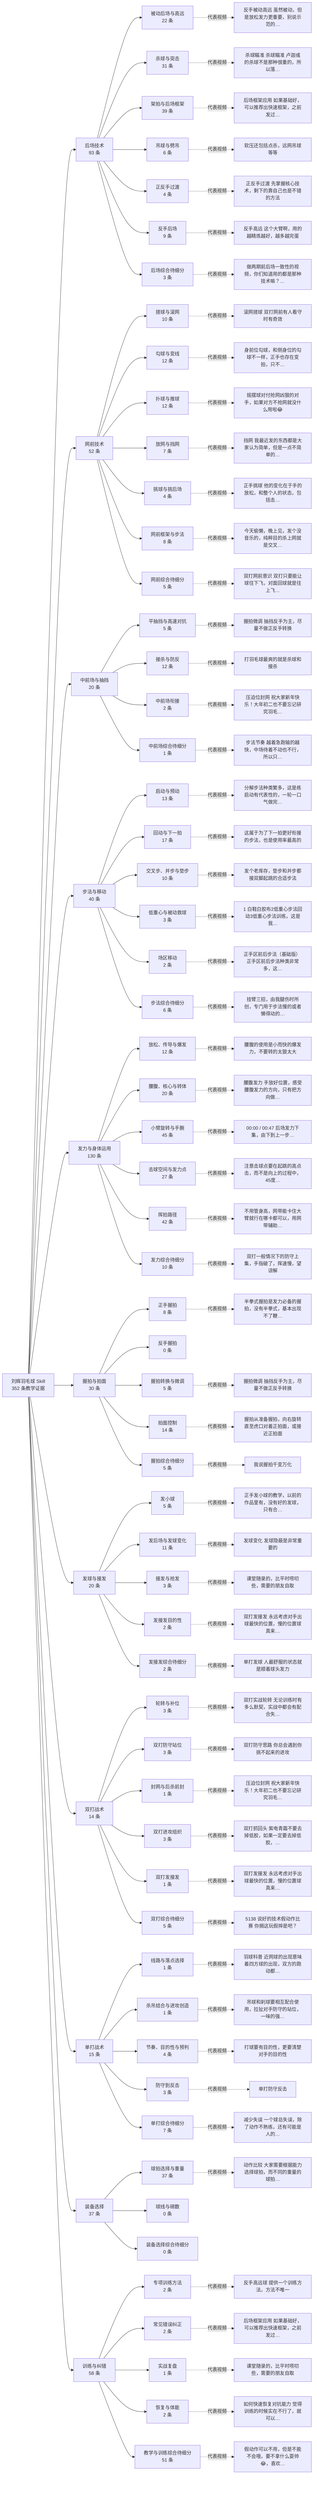
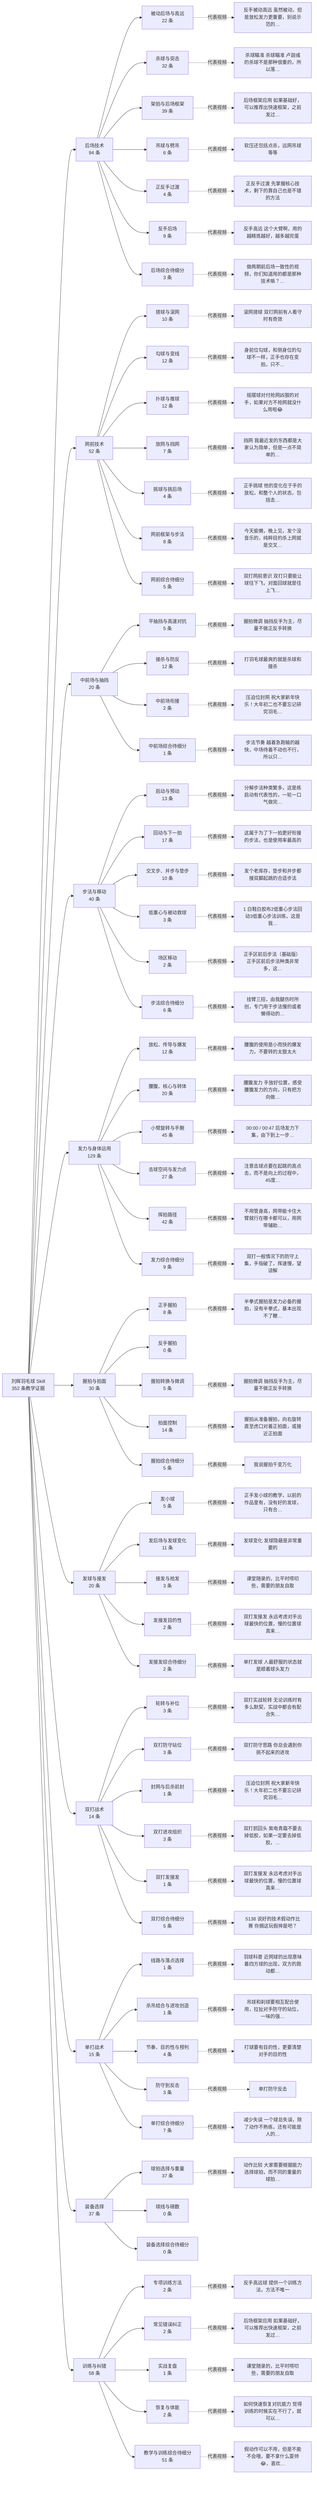
flowchart LR
  root["刘辉羽毛球 Skill<br/>352 条教学证据"]
-   c0["后场技术<br/>93 条"]
+   c0["后场技术<br/>94 条"]
  root --> c0
  s0_0["被动后场与高远<br/>22 条"]
  c0 --> s0_0
  v0_0["反手被动高远 虽然被动，但是放松发力更重要，别说示范的…"]
  s0_0 -.代表视频.-> v0_0
-   s0_1["杀球与突击<br/>31 条"]
+   s0_1["杀球与突击<br/>32 条"]
  c0 --> s0_1
  v0_1["杀球瞄准 杀球瞄准 卢迦彧的杀球不是那种很重的，所以落…"]
  s0_1 -.代表视频.-> v0_1
  s0_2["架拍与后场框架<br/>39 条"]
  c0 --> s0_2
  v0_2["后场框架应用 如果基础好，可以推荐出快速框架，之前发过…"]
  s0_2 -.代表视频.-> v0_2
  s0_3["吊球与劈吊<br/>6 条"]
  c0 --> s0_3
  v0_3["软压还包括点杀，远网吊球等等"]
  s0_3 -.代表视频.-> v0_3
  s0_4["正反手过渡<br/>4 条"]
  c0 --> s0_4
  v0_4["正反手过渡 先掌握核心技术，剩下的靠自己也是不错的方法"]
  s0_4 -.代表视频.-> v0_4
  s0_5["反手后场<br/>9 条"]
  c0 --> s0_5
  v0_5["反手高远 这个大臂啊，用的越精炼越好，越多越完蛋"]
  s0_5 -.代表视频.-> v0_5
  s0_6["后场综合待细分<br/>3 条"]
  c0 --> s0_6
  v0_6["做两期前后场一致性的视频，你们知道用的都是那种技术嘛？…"]
  s0_6 -.代表视频.-> v0_6
  c1["网前技术<br/>52 条"]
  root --> c1
  s1_0["搓球与滚网<br/>10 条"]
  c1 --> s1_0
  v1_0["滚网搓球 双打网前有人看守时有奇效"]
  s1_0 -.代表视频.-> v1_0
  s1_1["勾球与变线<br/>12 条"]
  c1 --> s1_1
  v1_1["身前位勾球，和侧身位的勾球不一样，正手也存在变拍，只不…"]
  s1_1 -.代表视频.-> v1_1
  s1_2["扑球与推球<br/>12 条"]
  c1 --> s1_2
  v1_2["摇摆球对付抢网凶狠的对手，如果对方不抢网就没什么用啦😂"]
  s1_2 -.代表视频.-> v1_2
  s1_3["放网与挡网<br/>7 条"]
  c1 --> s1_3
  v1_3["挡网 我最近发的东西都是大家认为简单，但是一点不简单的…"]
  s1_3 -.代表视频.-> v1_3
  s1_4["挑球与挑后场<br/>4 条"]
  c1 --> s1_4
  v1_4["正手挑球 他的变化在于手的放松，和整个人的状态，包括击…"]
  s1_4 -.代表视频.-> v1_4
  s1_5["网前框架与步法<br/>8 条"]
  c1 --> s1_5
  v1_5["今天偷懒，晚上见，发个没音乐的，纯粹目的杀上网就是交叉…"]
  s1_5 -.代表视频.-> v1_5
  s1_6["网前综合待细分<br/>5 条"]
  c1 --> s1_6
  v1_6["双打网前意识 双打只要能让球往下飞，对面回球就是往上飞…"]
  s1_6 -.代表视频.-> v1_6
  c2["中前场与抽挡<br/>20 条"]
  root --> c2
  s2_0["平抽挡与高速对抗<br/>5 条"]
  c2 --> s2_0
  v2_0["握拍微调 抽挡反手为主，尽量不做正反手转换"]
  s2_0 -.代表视频.-> v2_0
  s2_1["接杀与防反<br/>12 条"]
  c2 --> s2_1
  v2_1["打羽毛球最爽的就是杀球和接杀"]
  s2_1 -.代表视频.-> v2_1
  s2_2["中前场衔接<br/>2 条"]
  c2 --> s2_2
  v2_2["压迫位封网 祝大家新年快乐！大年初二也不要忘记研究羽毛…"]
  s2_2 -.代表视频.-> v2_2
  s2_3["中前场综合待细分<br/>1 条"]
  c2 --> s2_3
  v2_3["步法节奏 越着急跑输的越快，中场待着不动也不行，所以只…"]
  s2_3 -.代表视频.-> v2_3
  c3["步法与移动<br/>40 条"]
  root --> c3
  s3_0["启动与预动<br/>13 条"]
  c3 --> s3_0
  v3_0["分解步法种类繁多，这是练启动有代表性的，一轮一口气做完…"]
  s3_0 -.代表视频.-> v3_0
  s3_1["回动与下一拍<br/>17 条"]
  c3 --> s3_1
  v3_1["这属于为了下一拍更好衔接的步法，也是使用率最高的"]
  s3_1 -.代表视频.-> v3_1
  s3_2["交叉步、并步与垫步<br/>10 条"]
  c3 --> s3_2
  v3_2["发个老库存，垫步和并步都接双脚起跳的合适步法"]
  s3_2 -.代表视频.-> v3_2
  s3_3["低重心与被动救球<br/>3 条"]
  c3 --> s3_3
  v3_3["1 白鞋白胶布2低重心步法回动3低重心步法训练，这是我…"]
  s3_3 -.代表视频.-> v3_3
  s3_4["场区移动<br/>2 条"]
  c3 --> s3_4
  v3_4["正手区前后步法（基础版） 正手区前后步法种类非常多，这…"]
  s3_4 -.代表视频.-> v3_4
  s3_5["步法综合待细分<br/>6 条"]
  c3 --> s3_5
  v3_5["挂臂三招，由我腿伤时所创，专门用于步法慢的或者懒得动的…"]
  s3_5 -.代表视频.-> v3_5
-   c4["发力与身体运用<br/>130 条"]
+   c4["发力与身体运用<br/>129 条"]
  root --> c4
  s4_0["放松、传导与爆发<br/>12 条"]
  c4 --> s4_0
  v4_0["腰腹的使用是小而快的爆发力，不要转的太狠太大"]
  s4_0 -.代表视频.-> v4_0
  s4_1["腰腹、核心与转体<br/>20 条"]
  c4 --> s4_1
  v4_1["腰腹发力 手放好位置，感受腰腹发力的方向，只有把方向做…"]
  s4_1 -.代表视频.-> v4_1
  s4_2["小臂旋转与手腕<br/>45 条"]
  c4 --> s4_2
  v4_2["00:00 / 00:47 后场发力下集，由下到上一步…"]
  s4_2 -.代表视频.-> v4_2
  s4_3["击球空间与发力点<br/>27 条"]
  c4 --> s4_3
  v4_3["注意击球点要在起跳的高点击，而不是向上的过程中，45度…"]
  s4_3 -.代表视频.-> v4_3
  s4_4["挥拍路径<br/>42 条"]
  c4 --> s4_4
  v4_4["不用管身高，网带能卡住大臂就行在哪卡都可以，用网带辅助…"]
  s4_4 -.代表视频.-> v4_4
-   s4_5["发力综合待细分<br/>10 条"]
+   s4_5["发力综合待细分<br/>9 条"]
  c4 --> s4_5
  v4_5["双打一般情况下的防守上集，手指破了，挥速慢，望谅解"]
  s4_5 -.代表视频.-> v4_5
  c5["握拍与拍面<br/>30 条"]
  root --> c5
  s5_0["正手握拍<br/>8 条"]
  c5 --> s5_0
  v5_0["半拳式握拍是发力必备的握拍，没有半拳式，基本出现不了鞭…"]
  s5_0 -.代表视频.-> v5_0
  s5_1["反手握拍<br/>0 条"]
  c5 --> s5_1
  s5_2["握拍转换与微调<br/>5 条"]
  c5 --> s5_2
  v5_2["握拍微调 抽挡反手为主，尽量不做正反手转换"]
  s5_2 -.代表视频.-> v5_2
  s5_3["拍面控制<br/>14 条"]
  c5 --> s5_3
  v5_3["握拍从准备握拍，向右旋转直至虎口对着正拍面，或接近正拍面"]
  s5_3 -.代表视频.-> v5_3
  s5_4["握拍综合待细分<br/>5 条"]
  c5 --> s5_4
  v5_4["我说握拍千变万化"]
  s5_4 -.代表视频.-> v5_4
  c6["发球与接发<br/>20 条"]
  root --> c6
  s6_0["发小球<br/>5 条"]
  c6 --> s6_0
  v6_0["正手发小球的教学，以前的作品里有，没有好的发球，只有合…"]
  s6_0 -.代表视频.-> v6_0
  s6_1["发后场与发球变化<br/>11 条"]
  c6 --> s6_1
  v6_1["发球变化 发球隐蔽是非常重要的"]
  s6_1 -.代表视频.-> v6_1
  s6_2["接发与抢发<br/>3 条"]
  c6 --> s6_2
  v6_2["课堂随录的，比平时唠叨些，需要的朋友自取"]
  s6_2 -.代表视频.-> v6_2
  s6_3["发接发目的性<br/>2 条"]
  c6 --> s6_3
  v6_3["双打发接发 永远考虑对手出球最快的位置，慢的位置球真来…"]
  s6_3 -.代表视频.-> v6_3
  s6_4["发接发综合待细分<br/>2 条"]
  c6 --> s6_4
  v6_4["单打发球 人最舒服的状态就是顺着球头发力"]
  s6_4 -.代表视频.-> v6_4
  c7["双打战术<br/>14 条"]
  root --> c7
  s7_0["轮转与补位<br/>3 条"]
  c7 --> s7_0
  v7_0["双打实战轮转 无论训练时有多么默契，实战中都会有配合失…"]
  s7_0 -.代表视频.-> v7_0
  s7_1["双打防守站位<br/>3 条"]
  c7 --> s7_1
  v7_1["双打防守思路 你总会遇到你挑不起来的进攻"]
  s7_1 -.代表视频.-> v7_1
  s7_2["封网与后杀前封<br/>1 条"]
  c7 --> s7_2
  v7_2["压迫位封网 祝大家新年快乐！大年初二也不要忘记研究羽毛…"]
  s7_2 -.代表视频.-> v7_2
  s7_3["双打进攻组织<br/>3 条"]
  c7 --> s7_3
  v7_3["双打抓回头 紫电青霜不要去掉低胶，如果一定要去掉低胶，…"]
  s7_3 -.代表视频.-> v7_3
  s7_4["双打发接发<br/>1 条"]
  c7 --> s7_4
  v7_4["双打发接发 永远考虑对手出球最快的位置，慢的位置球真来…"]
  s7_4 -.代表视频.-> v7_4
  s7_5["双打综合待细分<br/>5 条"]
  c7 --> s7_5
  v7_5["5138 说好的技术假动作比赛 你搁这玩假摔是吧？"]
  s7_5 -.代表视频.-> v7_5
  c8["单打战术<br/>15 条"]
  root --> c8
  s8_0["线路与落点选择<br/>1 条"]
  c8 --> s8_0
  v8_0["羽球科普 近网球的出现意味着四方球的出现，双方的跑动都…"]
  s8_0 -.代表视频.-> v8_0
  s8_1["杀吊结合与进攻创造<br/>1 条"]
  c8 --> s8_1
  v8_1["吊球和刹球要相互配合使用，拉扯对手防守的站位，一味的强…"]
  s8_1 -.代表视频.-> v8_1
  s8_2["节奏、目的性与预判<br/>4 条"]
  c8 --> s8_2
  v8_2["打球要有目的性，更要清楚对手的目的性"]
  s8_2 -.代表视频.-> v8_2
  s8_3["防守到反击<br/>3 条"]
  c8 --> s8_3
  v8_3["单打防守反击"]
  s8_3 -.代表视频.-> v8_3
  s8_4["单打综合待细分<br/>7 条"]
  c8 --> s8_4
  v8_4["减少失误 一个球总失误，除了动作不熟练，还有可能是人的…"]
  s8_4 -.代表视频.-> v8_4
  c9["装备选择<br/>37 条"]
  root --> c9
  s9_0["球拍选择与重量<br/>37 条"]
  c9 --> s9_0
  v9_0["动作比较 大家需要根据能力选择球拍，而不同的重量的球拍…"]
  s9_0 -.代表视频.-> v9_0
  s9_1["球线与磅数<br/>0 条"]
  c9 --> s9_1
  s9_2["装备选择综合待细分<br/>0 条"]
  c9 --> s9_2
  c10["训练与纠错<br/>58 条"]
  root --> c10
  s10_0["专项训练方法<br/>2 条"]
  c10 --> s10_0
  v10_0["反手高远球 提供一个训练方法，方法不唯一"]
  s10_0 -.代表视频.-> v10_0
  s10_1["常见错误纠正<br/>2 条"]
  c10 --> s10_1
  v10_1["后场框架应用 如果基础好，可以推荐出快速框架，之前发过…"]
  s10_1 -.代表视频.-> v10_1
  s10_2["实战复盘<br/>1 条"]
  c10 --> s10_2
  v10_2["课堂随录的，比平时唠叨些，需要的朋友自取"]
  s10_2 -.代表视频.-> v10_2
  s10_3["恢复与体能<br/>2 条"]
  c10 --> s10_3
  v10_3["如何快速恢复对抗能力 觉得训练的时候实在不行了，就可以…"]
  s10_3 -.代表视频.-> v10_3
  s10_4["教学与训练综合待细分<br/>51 条"]
  c10 --> s10_4
  v10_4["假动作可以不用，但是不能不会哦，要不拿什么耍帅😂，喜欢…"]
  s10_4 -.代表视频.-> v10_4
